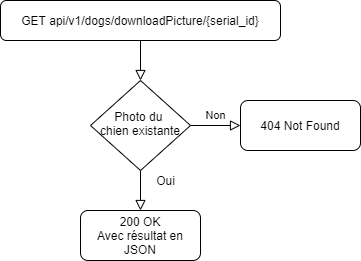
This is documentation/diagram/drawio/flowchartDownloadDogPicture.png from jonathanboreljaquet/bj-travail-diplome-2021, a draw.io export, as it was before one commit. Source tidied: cells renumbered, new cells last; positions are measured from the earlier drawing's top-left corner, leaving out a move shared by most shapes.
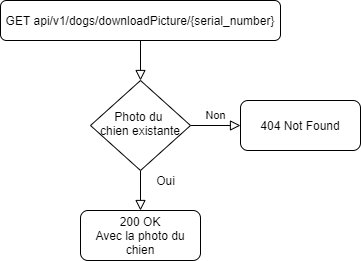
Later version of the same file.

Diff of the diagram source:
```diff
@@ -2,7 +2,7 @@
   <root>
     <mxCell id="0" />
     <mxCell id="1" parent="0" />
-    <mxCell id="2" value="GET api/v1/dogs/downloadPicture/{serial_id}" style="rounded=1;whiteSpace=wrap;html=1;fontSize=12;glass=0;strokeWidth=1;shadow=0;" parent="1" vertex="1">
+    <mxCell id="2" value="GET api/v1/dogs/downloadPicture/{serial_number}" style="rounded=1;whiteSpace=wrap;html=1;fontSize=12;glass=0;strokeWidth=1;shadow=0;" parent="1" vertex="1">
       <mxGeometry width="280" height="40" as="geometry" />
     </mxCell>
     <mxCell id="3" style="rounded=0;html=1;jettySize=auto;orthogonalLoop=1;fontSize=11;endArrow=block;endFill=0;endSize=8;strokeWidth=1;shadow=0;labelBackgroundColor=none;edgeStyle=orthogonalEdgeStyle;" parent="1" edge="1">
@@ -25,7 +25,7 @@
         <mxPoint x="140" y="210" as="targetPoint" />
       </mxGeometry>
     </mxCell>
-    <mxCell id="7" value="200 OK&lt;br&gt;Avec résultat en JSON" style="rounded=1;whiteSpace=wrap;html=1;fontSize=12;glass=0;strokeWidth=1;shadow=0;" parent="1" vertex="1">
+    <mxCell id="7" value="200 OK&lt;br&gt;Avec la photo du chien" style="rounded=1;whiteSpace=wrap;html=1;fontSize=12;glass=0;strokeWidth=1;shadow=0;" parent="1" vertex="1">
       <mxGeometry x="80" y="210" width="120" height="50" as="geometry" />
     </mxCell>
     <mxCell id="8" value="Oui" style="text;html=1;align=center;verticalAlign=middle;strokeColor=none;" parent="1" vertex="1">
```
